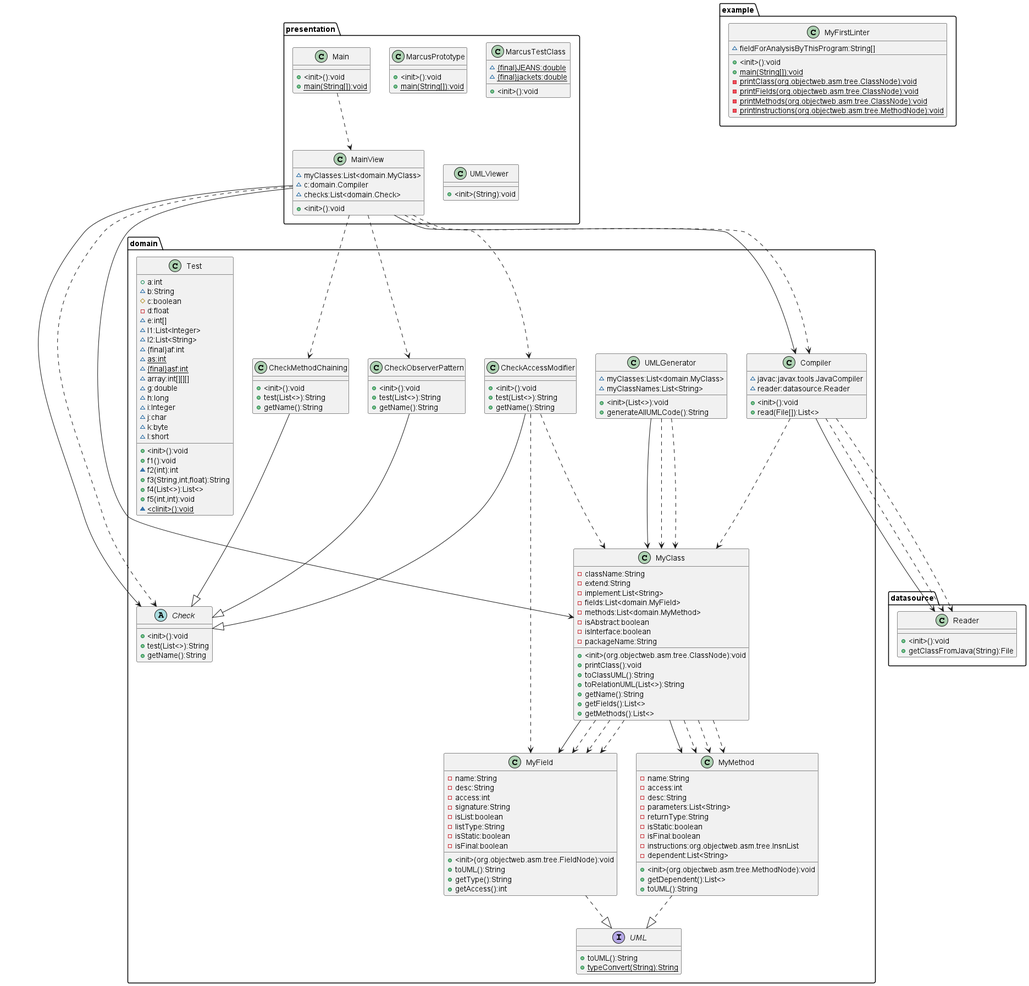
Earlier version of the PlantUML export src/main/resources/uml.png (17hsteward/linter-project).
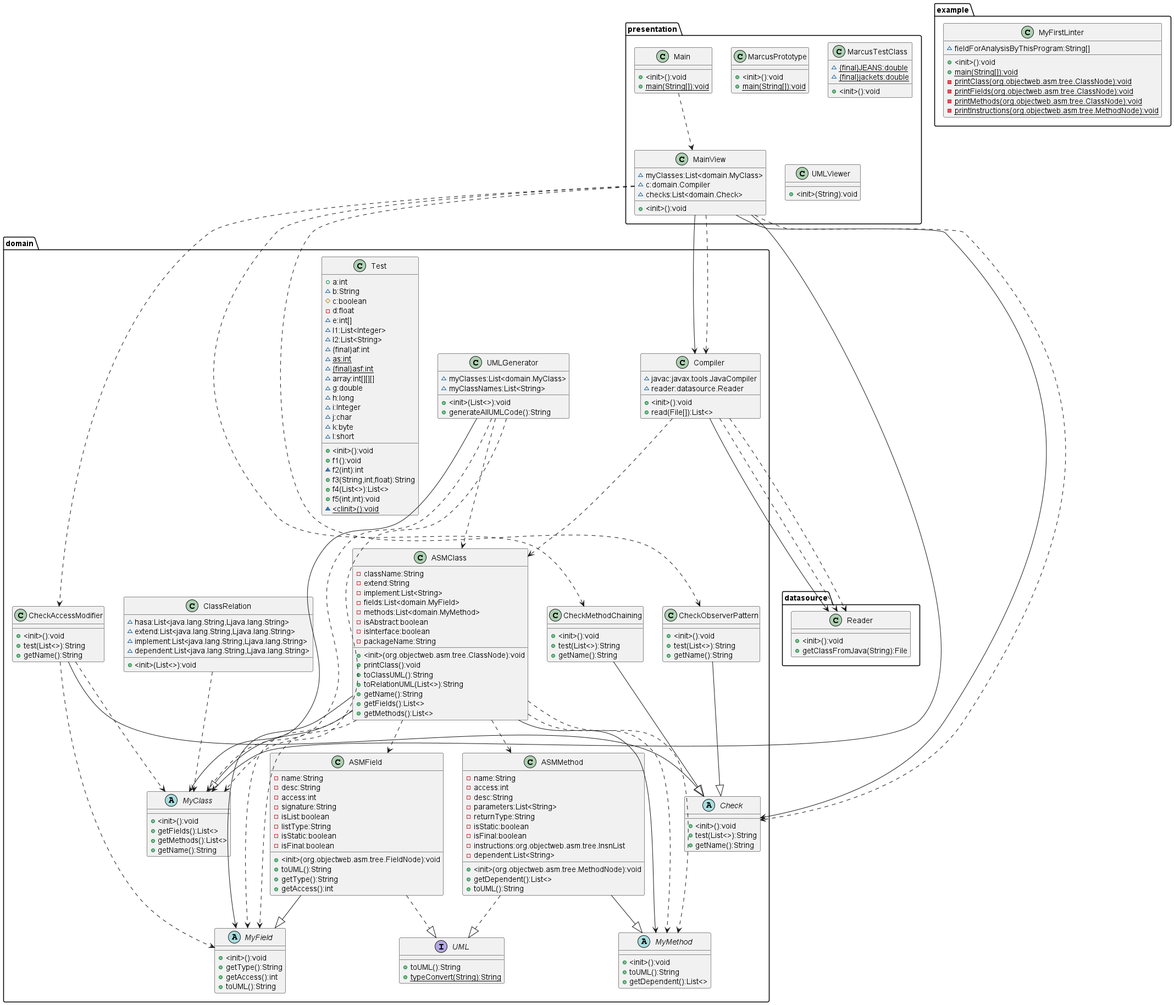
The same diagram one commit later.

Diff of the diagram source:
```diff
@@ -11,6 +11,51 @@
 class datasource.Reader{
     +<init>():void
     +getClassFromJava(String):File
+}
+class domain.ASMClass{
+    -className:String
+    -extend:String
+    -implement:List<String>
+    -fields:List<domain.MyField>
+    -methods:List<domain.MyMethod>
+    -isAbstract:boolean
+    -isInterface:boolean
+    -packageName:String
+    +<init>(org.objectweb.asm.tree.ClassNode):void
+    +printClass():void
+    +toClassUML():String
+    +toRelationUML(List<>):String
+    +getName():String
+    +getFields():List<>
+    +getMethods():List<>
+}
+class domain.ASMField{
+    -name:String
+    -desc:String
+    -access:int
+    -signature:String
+    -isList:boolean
+    -listType:String
+    -isStatic:boolean
+    -isFinal:boolean
+    +<init>(org.objectweb.asm.tree.FieldNode):void
+    +toUML():String
+    +getType():String
+    +getAccess():int
+}
+class domain.ASMMethod{
+    -name:String
+    -access:int
+    -desc:String
+    -parameters:List<String>
+    -returnType:String
+    -isStatic:boolean
+    -isFinal:boolean
+    -instructions:org.objectweb.asm.tree.InsnList
+    -dependent:List<String>
+    +<init>(org.objectweb.asm.tree.MethodNode):void
+    +getDependent():List<>
+    +toUML():String
 }
 abstract class domain.Check{
     +<init>():void
@@ -32,56 +77,35 @@
     +test(List<>):String
     +getName():String
 }
+class domain.ClassRelation{
+    ~hasa:List<java.lang.String,Ljava.lang.String>
+    ~extend:List<java.lang.String,Ljava.lang.String>
+    ~implement:List<java.lang.String,Ljava.lang.String>
+    ~dependent:List<java.lang.String,Ljava.lang.String>
+    +<init>(List<>):void
+}
 class domain.Compiler{
     ~javac:javax.tools.JavaCompiler
     ~reader:datasource.Reader
     +<init>():void
     +read(File[]):List<>
 }
-class domain.MyClass{
-    -className:String
-    -extend:String
-    -implement:List<String>
-    -fields:List<domain.MyField>
-    -methods:List<domain.MyMethod>
-    -isAbstract:boolean
-    -isInterface:boolean
-    -packageName:String
-    +<init>(org.objectweb.asm.tree.ClassNode):void
-    +printClass():void
-    +toClassUML():String
-    +toRelationUML(List<>):String
-    +getName():String
+abstract class domain.MyClass{
+    +<init>():void
     +getFields():List<>
     +getMethods():List<>
+    +getName():String
 }
-class domain.MyField{
-    -name:String
-    -desc:String
-    -access:int
-    -signature:String
-    -isList:boolean
-    -listType:String
-    -isStatic:boolean
-    -isFinal:boolean
-    +<init>(org.objectweb.asm.tree.FieldNode):void
-    +toUML():String
+abstract class domain.MyField{
+    +<init>():void
     +getType():String
     +getAccess():int
+    +toUML():String
 }
-class domain.MyMethod{
-    -name:String
-    -access:int
-    -desc:String
-    -parameters:List<String>
-    -returnType:String
-    -isStatic:boolean
-    -isFinal:boolean
-    -instructions:org.objectweb.asm.tree.InsnList
-    -dependent:List<String>
-    +<init>(org.objectweb.asm.tree.MethodNode):void
+abstract class domain.MyMethod{
+    +<init>():void
+    +toUML():String
     +getDependent():List<>
-    +toUML():String
 }
 interface domain.UML{
     +toUML():String
@@ -141,28 +165,33 @@
     +f5(int,int):void
     ~{static}<clinit>():void
 }
+domain.ASMClass-->domain.MyField
+domain.ASMClass-->domain.MyMethod
+domain.ASMClass--|>domain.MyClass
+domain.ASMClass..>domain.ASMField
+domain.ASMClass..>domain.ASMMethod
+domain.ASMClass..>domain.MyField
+domain.ASMClass..>domain.MyMethod
+domain.ASMClass..>domain.MyField
+domain.ASMClass..>domain.MyMethod
+domain.ASMField--|>domain.MyField
+domain.ASMField..|>domain.UML
+domain.ASMMethod--|>domain.MyMethod
+domain.ASMMethod..|>domain.UML
 domain.CheckAccessModifier--|>domain.Check
 domain.CheckAccessModifier..>domain.MyClass
 domain.CheckAccessModifier..>domain.MyField
 domain.CheckMethodChaining--|>domain.Check
 domain.CheckObserverPattern--|>domain.Check
+domain.ClassRelation..>domain.MyClass
 domain.Compiler-->datasource.Reader
 domain.Compiler..>datasource.Reader
 domain.Compiler..>datasource.Reader
-domain.Compiler..>domain.MyClass
-domain.MyClass-->domain.MyField
-domain.MyClass-->domain.MyMethod
-domain.MyClass..>domain.MyField
-domain.MyClass..>domain.MyMethod
-domain.MyClass..>domain.MyField
-domain.MyClass..>domain.MyMethod
-domain.MyClass..>domain.MyField
-domain.MyClass..>domain.MyMethod
-domain.MyField..|>domain.UML
-domain.MyMethod..|>domain.UML
+domain.Compiler..>domain.ASMClass
 domain.UMLGenerator-->domain.MyClass
 domain.UMLGenerator..>domain.MyClass
 domain.UMLGenerator..>domain.MyClass
+domain.UMLGenerator..>domain.ASMClass
 presentation.Main..>presentation.MainView
 presentation.MainView-->domain.MyClass
 presentation.MainView-->domain.Compiler
```
